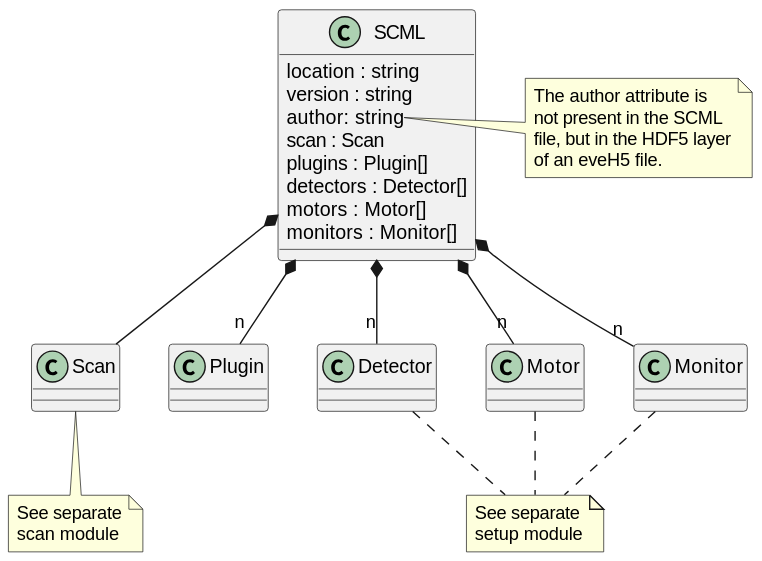
tillbiskup/evedata keeps this PlantUML diagram as docs/uml/evedata.scml.scml.svg. Above is the earlier version.
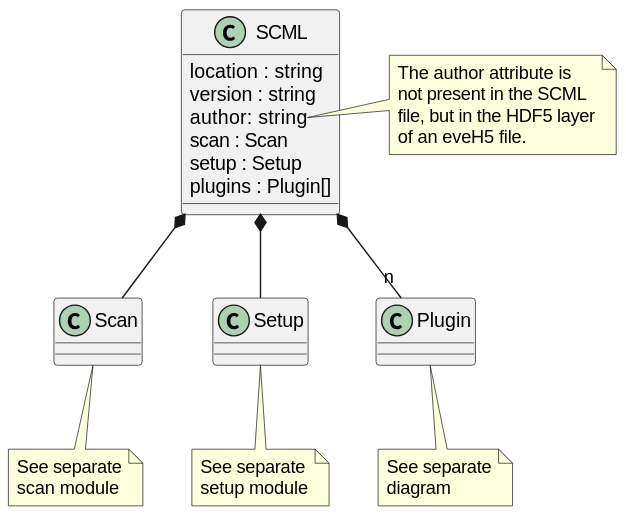
The same diagram one commit later.

Commit message:
Introduce "Setup" on top level of SCML; rename Device to AbstractDevice

Change to the diagram source:
```diff
@@ -4,16 +4,12 @@
     version : string
     author: string
     scan : Scan
+    setup : Setup
     plugins : Plugin[]
-    detectors : Detector[]
-    motors : Motor[]
-    monitors : Monitor[]
 }
 SCML *-- Scan
+SCML *-- Setup
 SCML *-- "n" Plugin
-SCML *-- "n" Detector
-SCML *-- "n" Motor
-SCML *-- "n" Monitor
 
 note right of SCML::author
     The author attribute is
@@ -24,12 +20,7 @@
 
 note bottom of Scan: See separate\nscan module
 
-note as SetupNote
-    See separate
-    setup module
-end note
+note bottom of Setup: See separate\nsetup module
 
-Detector .. SetupNote
-Motor .. SetupNote
-Monitor .. SetupNote
+note bottom of Plugin: See separate\ndiagram
 @enduml
```
